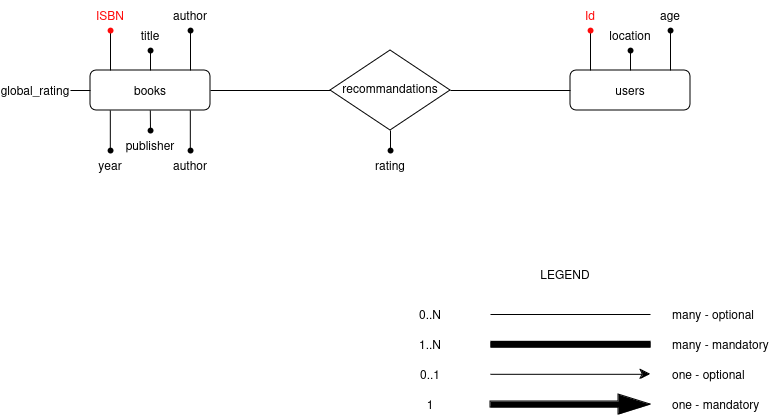
Earlier version of the draw.io export erd-no-background.drawio.png (tratom/fcul-bda-project). Source tidied: cells renumbered, new cells last; positions are measured from the earlier drawing's top-left corner, leaving out a move shared by most shapes.
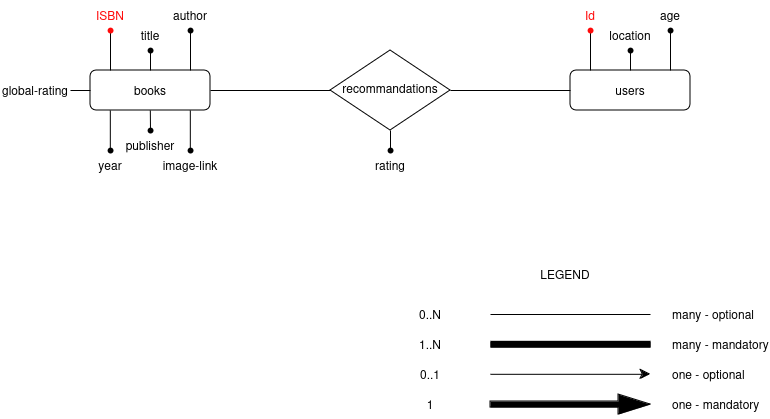
Above is the later version.

The edit, as a diff of the source:
```diff
@@ -90,7 +90,7 @@
     <mxCell id="24" value="publisher" style="text;html=1;align=center;verticalAlign=middle;whiteSpace=wrap;rounded=0;" parent="1" vertex="1">
       <mxGeometry x="120" y="130" width="60" height="30" as="geometry" />
     </mxCell>
-    <mxCell id="25" value="author" style="text;html=1;align=center;verticalAlign=middle;whiteSpace=wrap;rounded=0;" parent="1" vertex="1">
+    <mxCell id="25" value="&lt;div&gt;image-link&lt;/div&gt;" style="text;html=1;align=center;verticalAlign=middle;whiteSpace=wrap;rounded=0;" parent="1" vertex="1">
       <mxGeometry x="160" y="150" width="60" height="30" as="geometry" />
     </mxCell>
     <mxCell id="26" style="endArrow=none;html=1;rounded=0;entryX=0;entryY=0.5;entryDx=0;entryDy=0;" parent="1" edge="1" target="2">
@@ -98,7 +98,7 @@
         <mxPoint x="70" y="90" as="sourcePoint" />
       </mxGeometry>
     </mxCell>
-    <mxCell id="27" value="global_rating" style="text;html=1;align=center;verticalAlign=middle;whiteSpace=wrap;rounded=0;" parent="1" vertex="1">
+    <mxCell id="27" value="global-rating" style="text;html=1;align=center;verticalAlign=middle;whiteSpace=wrap;rounded=0;" parent="1" vertex="1">
       <mxGeometry y="75" width="70" height="30" as="geometry" />
     </mxCell>
     <mxCell id="28" style="endArrow=none;html=1;rounded=0;" parent="1" edge="1" target="29">
```
